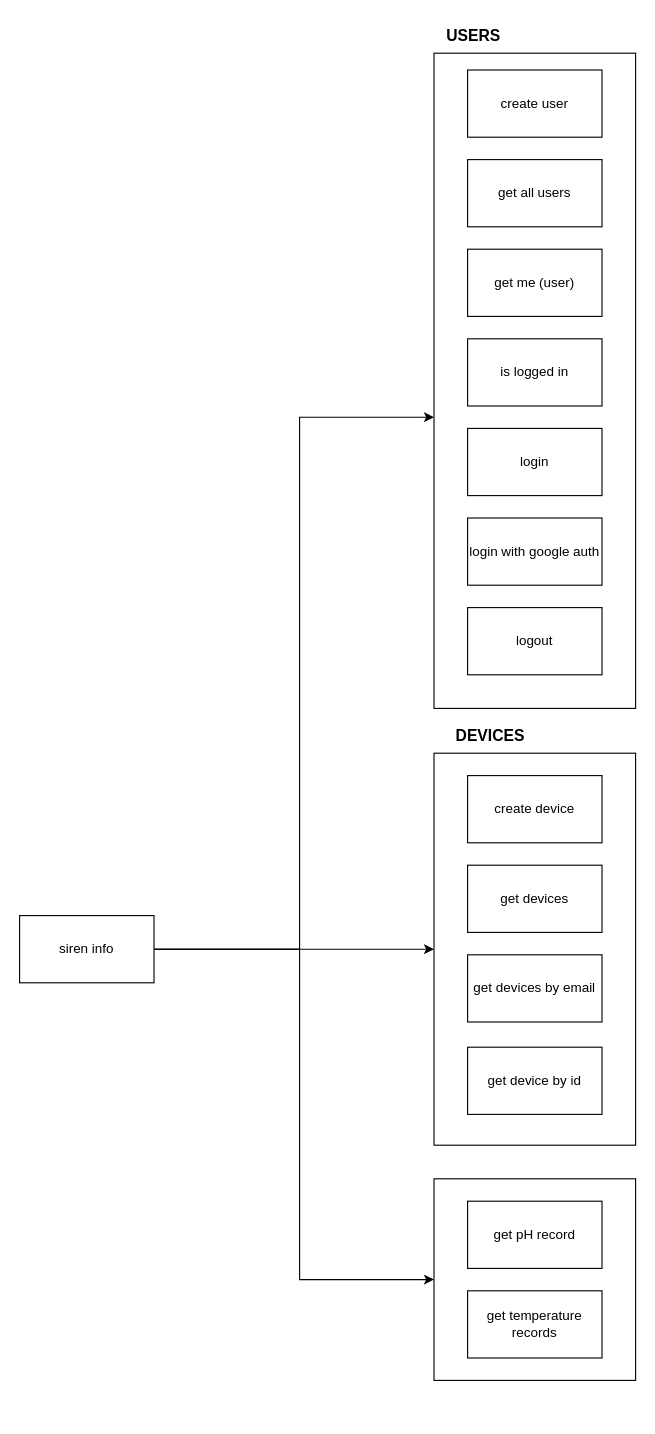
The draw.io diagram Diagrams/Siren API diagram.drawio in MiguelRocha2001/PS-Monitor-IoT-System, before the edit. Source tidied: cells renumbered, new cells numbered last; positions are measured from the earlier drawing's top-left corner, leaving out a move shared by most shapes. Both pictures are drawn from the tidied source at 112%, with x=0, y=0 at pixel (19, 19).
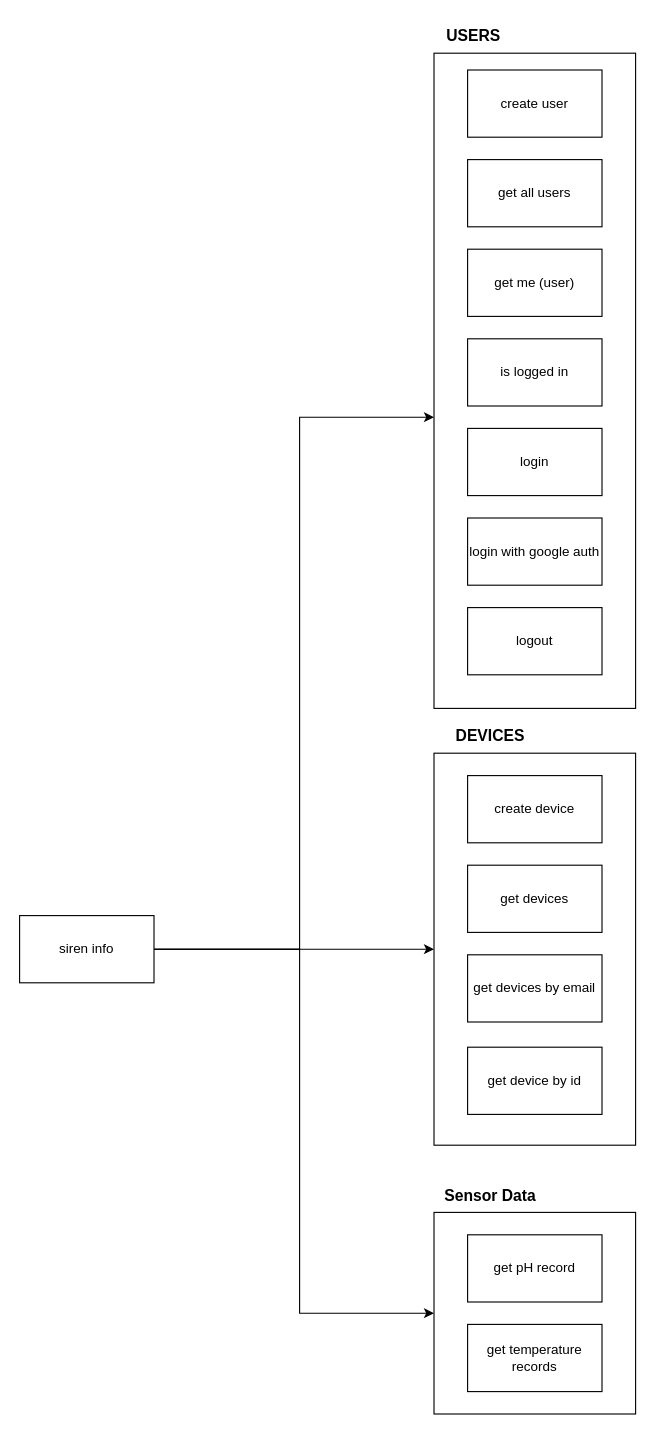
Above is the later version.

Unchanged cells that the change refers to:
```xml
<mxCell id="14" value="siren info" style="rounded=0;whiteSpace=wrap;html=1;" parent="1" vertex="1">
  <mxGeometry y="800" width="120" height="60" as="geometry" />
</mxCell>
```

Change to the diagram source:
```diff
@@
     <mxCell id="13" style="edgeStyle=orthogonalEdgeStyle;rounded=0;jettySize=auto;html=1;entryX=0;entryY=0.5;entryDx=0;entryDy=0;" parent="1" edge="1" source="14" target="21">
       <mxGeometry relative="1" as="geometry">
         <Array as="points">
           <mxPoint x="250" y="830" />
-          <mxPoint x="250" y="1125" />
+          <mxPoint x="250" y="1155" />
         </Array>
       </mxGeometry>
     </mxCell>
@@
     <mxCell id="21" style="rounded=0;whiteSpace=wrap;html=1;" parent="1" vertex="1">
-      <mxGeometry x="370" y="1035" width="180" height="180" as="geometry" />
+      <mxGeometry x="370" y="1065" width="180" height="180" as="geometry" />
     </mxCell>
     <mxCell id="22" value="get pH record" style="rounded=0;whiteSpace=wrap;html=1;" parent="1" vertex="1">
-      <mxGeometry x="400" y="1055" width="120" height="60" as="geometry" />
+      <mxGeometry x="400" y="1085" width="120" height="60" as="geometry" />
     </mxCell>
     <mxCell id="23" value="get temperature records" style="rounded=0;whiteSpace=wrap;html=1;" parent="1" vertex="1">
-      <mxGeometry x="400" y="1135" width="120" height="60" as="geometry" />
+      <mxGeometry x="400" y="1165" width="120" height="60" as="geometry" />
     </mxCell>
+    <mxCell id="24" value="Sensor Data" style="text;html=1;align=center;verticalAlign=middle;strokeColor=none;fillColor=none;fontStyle=1;fontSize=14;" parent="1" vertex="1">
+      <mxGeometry x="365" y="1035" width="110" height="30" as="geometry" />
+    </mxCell>
```
